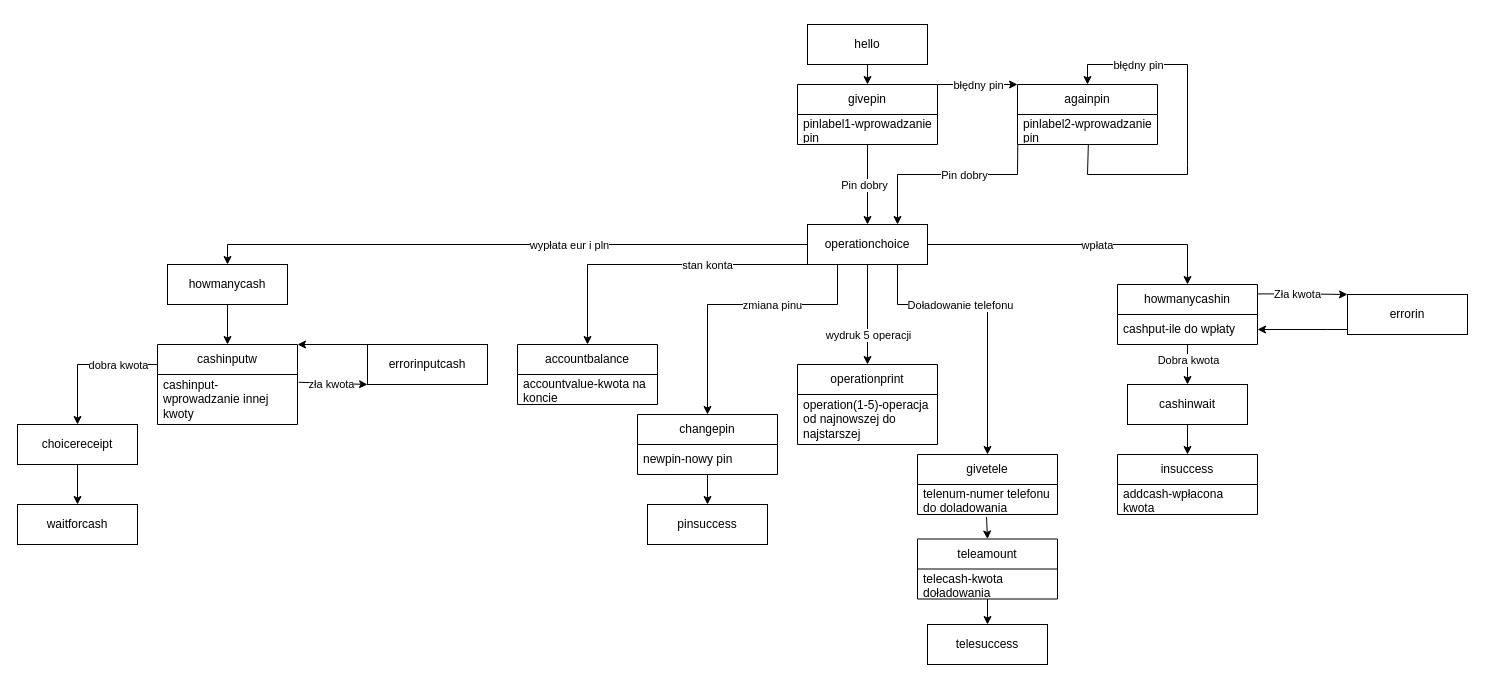
Above: DOKUMENTACJA/screnschemeREMASTER.drawio in Mati-IR/ATM_Simulator (draw.io), before the change. Source tidied: cells renumbered, new cells numbered last; positions are measured from the earlier drawing's top-left corner, leaving out a move shared by most shapes. Both pictures are drawn from the tidied source at 100%, with x=0, y=0 at pixel (17, 24).
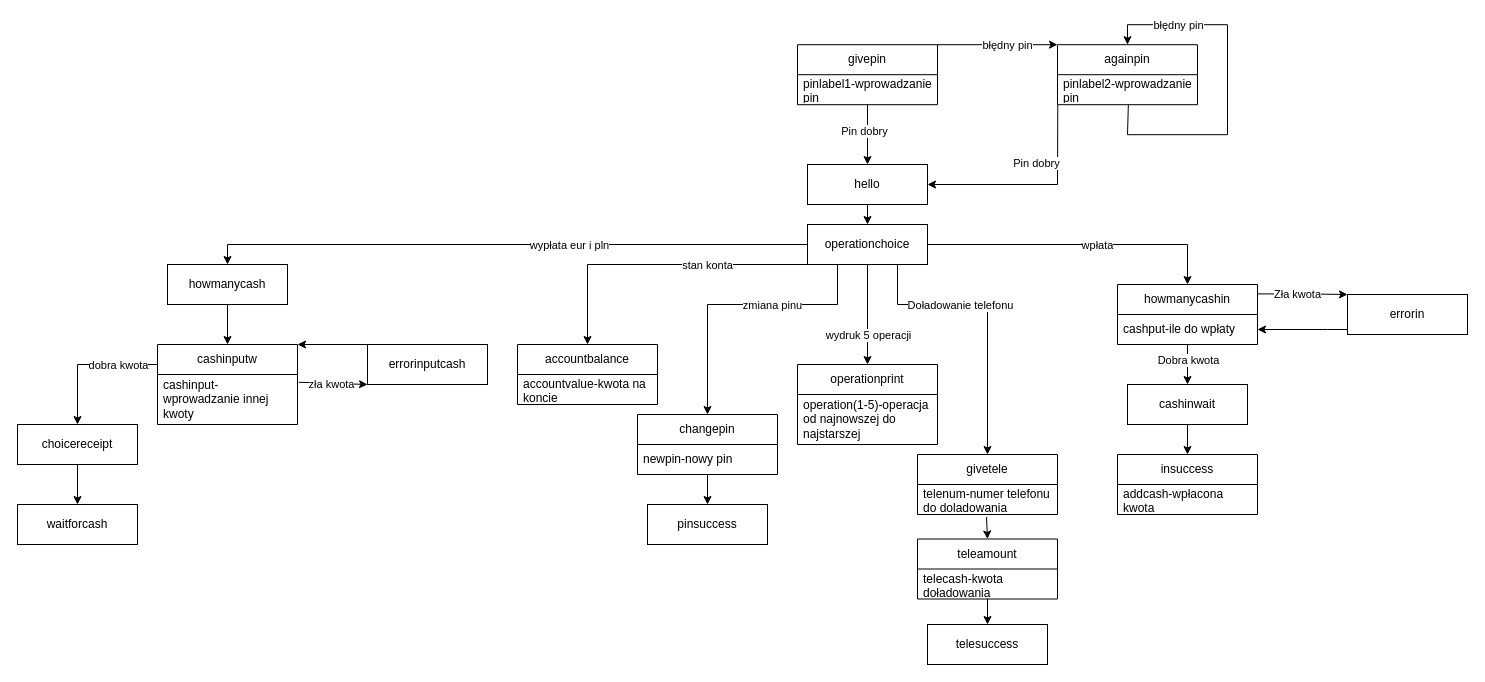
After the change.

Unchanged cells that the change refers to:
```xml
<mxCell id="6" value="operationchoice" style="rounded=0;whiteSpace=wrap;html=1;" parent="1" vertex="1">
  <mxGeometry x="790" y="200" width="120" height="40" as="geometry" />
</mxCell>
<mxCell id="40" value="pinlabel2-wprowadzanie pin" style="text;strokeColor=none;fillColor=none;align=left;verticalAlign=middle;spacingLeft=4;spacingRight=4;overflow=hidden;points=[[0,0.5],[1,0.5]];portConstraint=eastwest;whiteSpace=wrap;html=1;" parent="39" vertex="1">
  <mxGeometry y="30" width="140" height="30" as="geometry" />
</mxCell>
```

Diff of the diagram source:
```diff
@@
     <mxCell id="2" value="hello" style="rounded=0;whiteSpace=wrap;html=1;" parent="1" vertex="1">
-      <mxGeometry x="790" width="120" height="40" as="geometry" />
+      <mxGeometry x="790" y="140" width="120" height="40" as="geometry" />
     </mxCell>
-    <mxCell id="3" style="endArrow=classic;html=1;rounded=0;exitX=0.5;exitY=1;exitDx=0;exitDy=0;entryX=0.5;entryY=0;entryDx=0;entryDy=0;" parent="1" edge="1" source="2" target="37">
+    <mxCell id="3" style="endArrow=classic;html=1;rounded=0;exitX=0.5;exitY=1;exitDx=0;exitDy=0;" parent="1" edge="1" source="2" target="6">
       <mxGeometry relative="1" as="geometry" />
     </mxCell>
@@
-    <mxCell id="7" style="endArrow=classic;html=1;rounded=0;entryX=0.5;entryY=0;entryDx=0;entryDy=0;" parent="1" edge="1" source="37" target="6">
+    <mxCell id="7" style="endArrow=classic;html=1;rounded=0;" parent="1" edge="1" source="37" target="2">
       <mxGeometry relative="1" as="geometry" />
     </mxCell>
@@
-    <mxCell id="9" style="endArrow=classic;html=1;rounded=0;exitX=0.002;exitY=1.012;exitDx=0;exitDy=0;entryX=0.75;entryY=0;entryDx=0;entryDy=0;exitPerimeter=0;" parent="1" edge="1" source="40" target="6">
+    <mxCell id="9" style="endArrow=classic;html=1;rounded=0;exitX=0.002;exitY=1.012;exitDx=0;exitDy=0;exitPerimeter=0;" parent="1" edge="1" source="40" target="2">
       <mxGeometry relative="1" as="geometry">
         <Array as="points">
-          <mxPoint x="1000" y="150" />
-          <mxPoint x="880" y="150" />
+          <mxPoint x="1040" y="160" />
         </Array>
       </mxGeometry>
     </mxCell>
@@
     <mxCell id="37" value="givepin" style="swimlane;fontStyle=0;horizontal=1;startSize=30;whiteSpace=wrap;html=1;" parent="1" vertex="1">
-      <mxGeometry x="780" y="60" width="140" height="60" as="geometry" />
+      <mxGeometry x="780" y="20.2" width="140" height="60" as="geometry" />
     </mxCell>
@@
     <mxCell id="39" value="againpin" style="swimlane;fontStyle=0;horizontal=1;startSize=30;whiteSpace=wrap;html=1;" parent="1" vertex="1">
-      <mxGeometry x="1000" y="60" width="140" height="60" as="geometry" />
+      <mxGeometry x="1040" y="20.2" width="140" height="60" as="geometry" />
     </mxCell>
```
